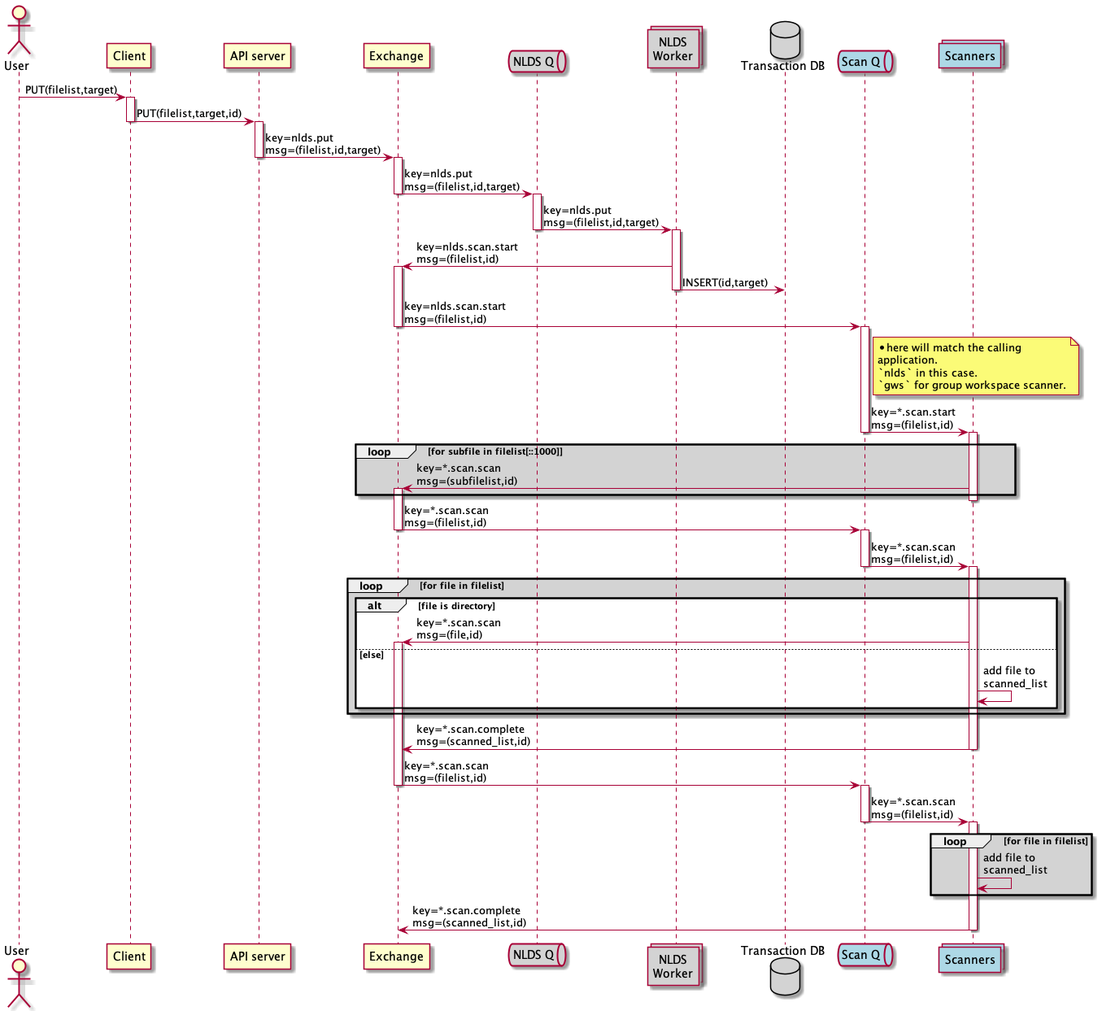
cedadev/nlds keeps this PlantUML diagram as doc/uml/message_flow_put.png. Above is the earlier version.
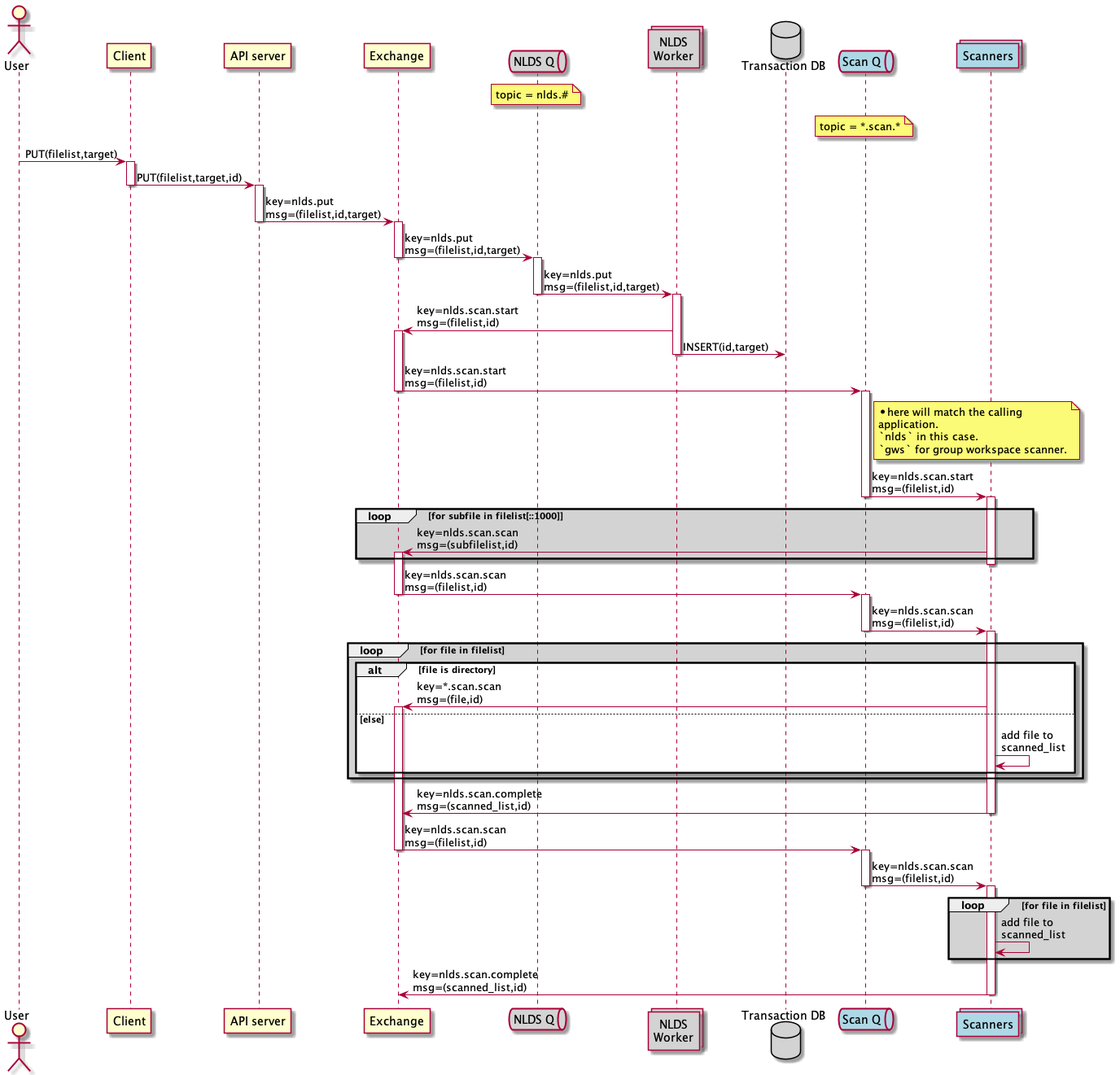
After the change.

Commit message:
Updated message flow

Diff of the diagram source:
```diff
@@ -6,10 +6,16 @@
 participant wex as "Exchange"
 
 queue qw as "NLDS Q" #lightgrey
+note over qw
+    topic = nlds.#
+end note
 collections work as "NLDS\nWorker" #lightgrey
 database iddb as "Transaction DB" #lightgrey
 
 queue qs as "Scan Q" #lightblue
+note over qs
+    topic = *.scan.*
+end note
 collections scan as "Scanners" #lightblue
 
 user -> client : PUT(filelist,target)
@@ -40,18 +46,18 @@
     `gws` for group workspace scanner.
 end note
 activate qs
-qs -> scan : key=*.scan.start\nmsg=(filelist,id)
+qs -> scan : key=nlds.scan.start\nmsg=(filelist,id)
 deactivate qs
 activate scan
 loop #lightgrey for subfile in filelist[::1000]
-    scan -> wex : key=*.scan.scan\nmsg=(subfilelist,id)
+    scan -> wex : key=nlds.scan.scan\nmsg=(subfilelist,id)
     activate wex
 end
 deactivate scan
-wex -> qs : key=*.scan.scan\nmsg=(filelist,id)
+wex -> qs : key=nlds.scan.scan\nmsg=(filelist,id)
 deactivate wex
 activate qs
-qs -> scan : key=*.scan.scan\nmsg=(filelist,id)
+qs -> scan : key=nlds.scan.scan\nmsg=(filelist,id)
 deactivate qs
 activate scan
 loop #lightgrey for file in filelist
@@ -62,17 +68,17 @@
         scan -> scan : add file to\nscanned_list
     end
 end
-scan -> wex : key=*.scan.complete\nmsg=(scanned_list,id)
+scan -> wex : key=nlds.scan.complete\nmsg=(scanned_list,id)
 deactivate scan
-wex -> qs : key=*.scan.scan\nmsg=(filelist,id)
+wex -> qs : key=nlds.scan.scan\nmsg=(filelist,id)
 deactivate wex
 activate qs
-qs -> scan : key=*.scan.scan\nmsg=(filelist,id)
+qs -> scan : key=nlds.scan.scan\nmsg=(filelist,id)
 deactivate qs
 activate scan
 loop #lightgrey for file in filelist
     scan -> scan : add file to\nscanned_list
 end
-scan -> wex : key=*.scan.complete\nmsg=(scanned_list,id)
+scan -> wex : key=nlds.scan.complete\nmsg=(scanned_list,id)
 deactivate scan
 @enduml
```
